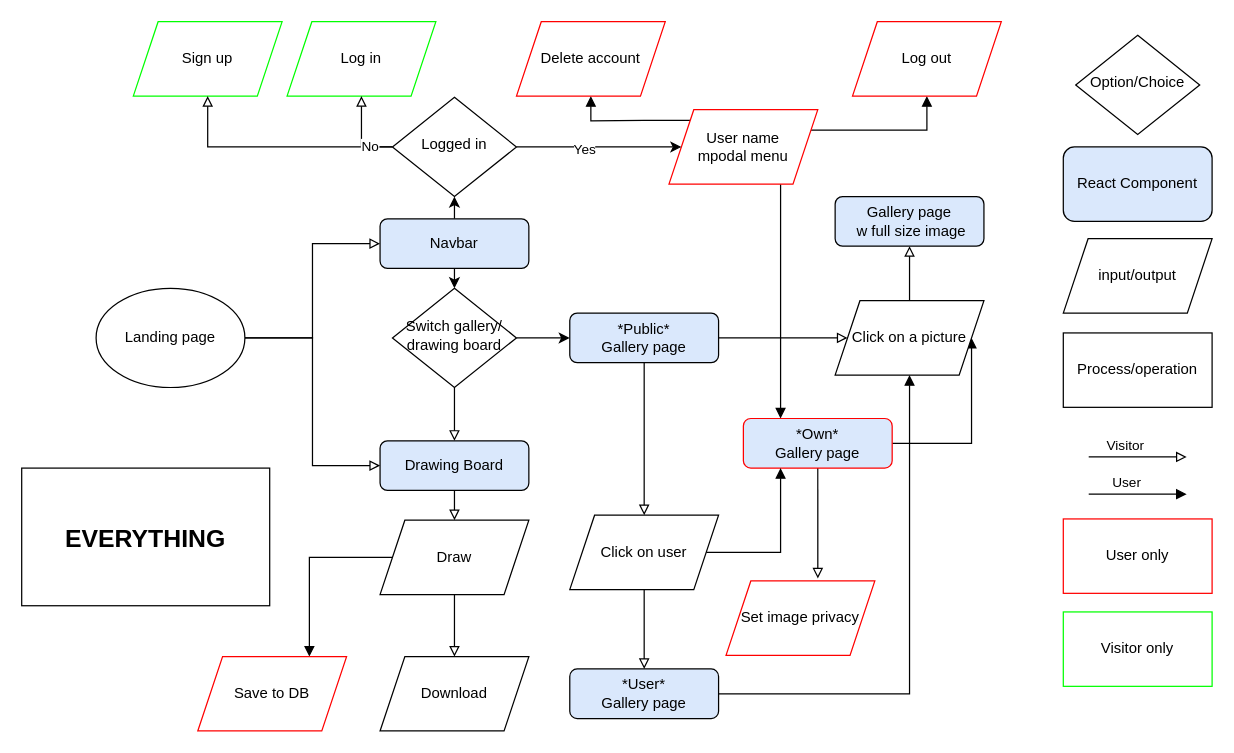
Earlier version of the draw.io diagram page "Everything" (1 of 7) of pixel/user_stories.drawio (damien-rembert/diagrams). Source tidied: cells renumbered, new cells numbered last; positions are measured from the earlier drawing's top-left corner, leaving out a move shared by most shapes. Both pictures are drawn from the tidied source at 124%, with x=0, y=0 at pixel (21, 21).
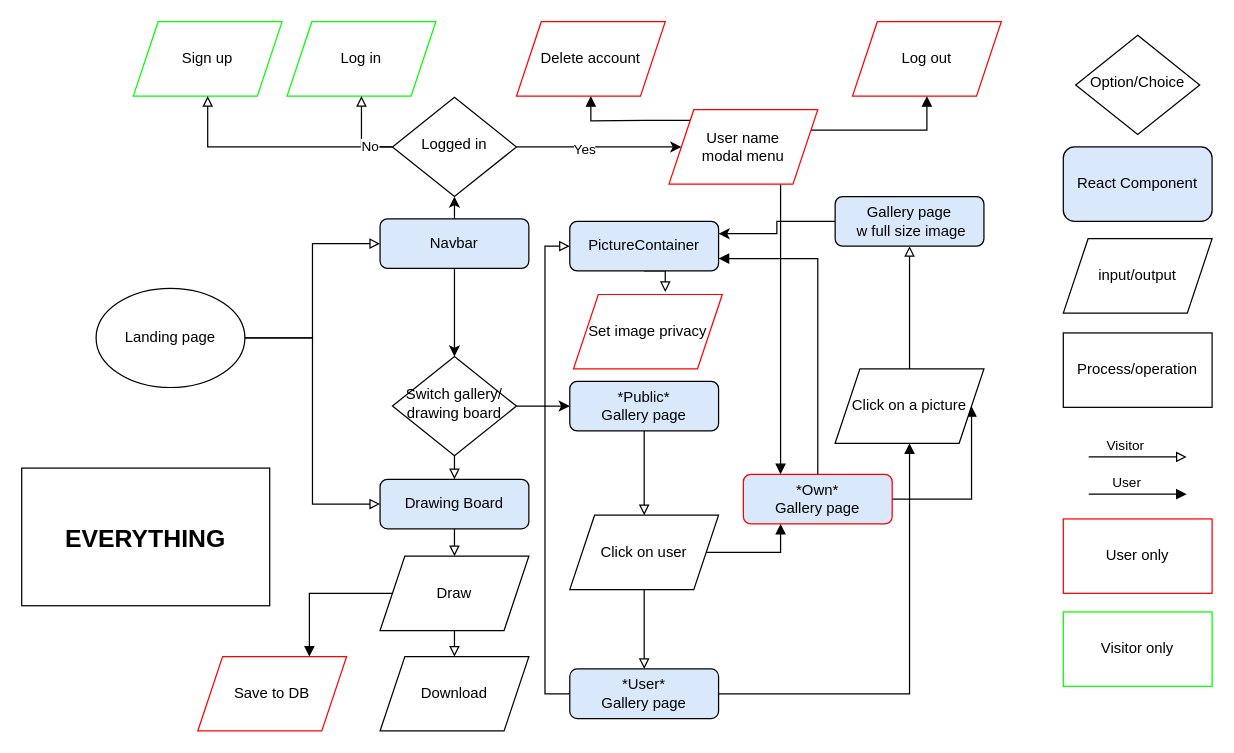
After the change.

Commit message (it also covers changes not shown here):
Corrected mpodal in user_stories.drawio

Unchanged cells that the change refers to:
```xml
<mxCell id="15" value="&lt;div&gt;*User*&lt;/div&gt;&lt;div&gt;Gallery page&lt;/div&gt;" style="rounded=1;whiteSpace=wrap;html=1;fontSize=12;glass=0;strokeWidth=1;shadow=0;fillColor=#dae8fc;strokeColor=#000000;" parent="1" vertex="1">
  <mxGeometry x="442" y="522" width="120" height="40" as="geometry" />
</mxCell>
<mxCell id="26" value="&lt;div&gt;Gallery page&lt;/div&gt;&amp;nbsp;w full size image" style="rounded=1;whiteSpace=wrap;html=1;fontSize=12;glass=0;strokeWidth=1;shadow=0;fillColor=#dae8fc;strokeColor=#000000;" parent="1" vertex="1">
  <mxGeometry x="656" y="141" width="120" height="40" as="geometry" />
</mxCell>
```

Change to the diagram source:
```diff
@@
     <mxCell id="4" value="&lt;div&gt;Drawing Board&lt;/div&gt;" style="rounded=1;whiteSpace=wrap;html=1;fontSize=12;glass=0;strokeWidth=1;shadow=0;fillColor=#dae8fc;strokeColor=#000000;" parent="1" vertex="1">
-      <mxGeometry x="289" y="338" width="120" height="40" as="geometry" />
+      <mxGeometry x="289" y="369" width="120" height="40" as="geometry" />
     </mxCell>
@@
     <mxCell id="7" value="&lt;div&gt;Switch gallery/&lt;/div&gt;&lt;div&gt;drawing board&lt;/div&gt;" style="rhombus;whiteSpace=wrap;html=1;shadow=0;fontFamily=Helvetica;fontSize=12;align=center;strokeWidth=1;spacing=6;spacingTop=-4;" parent="1" vertex="1">
-      <mxGeometry x="299" y="215" width="100" height="80" as="geometry" />
+      <mxGeometry x="299" y="270" width="100" height="80" as="geometry" />
     </mxCell>
@@
-    <mxCell id="9" style="edgeStyle=orthogonalEdgeStyle;rounded=0;jettySize=auto;html=1;exitX=1;exitY=0.5;exitDx=0;exitDy=0;entryX=0;entryY=0.5;entryDx=0;entryDy=0;endArrow=block;endFill=0;" parent="1" edge="1" source="10" target="30">
-      <mxGeometry relative="1" as="geometry" />
-    </mxCell>
     <mxCell id="10" value="*Public*&lt;br&gt;&lt;div&gt;Gallery page&lt;/div&gt;" style="rounded=1;whiteSpace=wrap;html=1;fontSize=12;glass=0;strokeWidth=1;shadow=0;fillColor=#DAE8FC;" parent="1" vertex="1">
-      <mxGeometry x="442" y="235" width="120" height="40" as="geometry" />
+      <mxGeometry x="442" y="290" width="120" height="40" as="geometry" />
     </mxCell>
@@
+    <mxCell id="58" style="edgeStyle=orthogonalEdgeStyle;rounded=0;jettySize=auto;html=1;exitX=0;exitY=0.5;exitDx=0;exitDy=0;entryX=0;entryY=0.5;entryDx=0;entryDy=0;endArrow=block;endFill=0;" parent="1" edge="1" source="15" target="61">
+      <mxGeometry relative="1" as="geometry" />
+    </mxCell>
@@
-    <mxCell id="16" style="edgeStyle=orthogonalEdgeStyle;rounded=0;jettySize=auto;html=1;exitX=0.5;exitY=1;exitDx=0;exitDy=0;entryX=0.617;entryY=-0.033;entryDx=0;entryDy=0;endArrow=block;endFill=0;entryPerimeter=0;" parent="1" edge="1" source="18" target="31">
+    <mxCell id="16" style="edgeStyle=orthogonalEdgeStyle;rounded=0;jettySize=auto;html=1;exitX=0.5;exitY=1;exitDx=0;exitDy=0;entryX=0.617;entryY=-0.033;entryDx=0;entryDy=0;endArrow=block;endFill=0;entryPerimeter=0;" parent="1" edge="1" source="61" target="31">
       <mxGeometry relative="1" as="geometry" />
     </mxCell>
@@
+    <mxCell id="59" style="edgeStyle=orthogonalEdgeStyle;rounded=0;jettySize=auto;html=1;exitX=0.5;exitY=0;exitDx=0;exitDy=0;entryX=1;entryY=0.75;entryDx=0;entryDy=0;endArrow=block;endFill=1;" parent="1" edge="1" source="18" target="61">
+      <mxGeometry relative="1" as="geometry" />
+    </mxCell>
     <mxCell id="18" value="&lt;div&gt;*Own* &lt;br&gt;&lt;/div&gt;&lt;div&gt;Gallery page&lt;/div&gt;" style="rounded=1;whiteSpace=wrap;html=1;fontSize=12;glass=0;strokeWidth=1;shadow=0;fillColor=#dae8fc;strokeColor=#FF0000;" parent="1" vertex="1">
-      <mxGeometry x="582" y="320" width="120" height="40" as="geometry" />
+      <mxGeometry x="582" y="365" width="120" height="40" as="geometry" />
     </mxCell>
@@
+    <mxCell id="60" style="edgeStyle=orthogonalEdgeStyle;rounded=0;jettySize=auto;html=1;exitX=0;exitY=0.5;exitDx=0;exitDy=0;entryX=1;entryY=0.25;entryDx=0;entryDy=0;" parent="1" edge="1" source="26" target="61">
+      <mxGeometry relative="1" as="geometry" />
+    </mxCell>
@@
     <mxCell id="30" value="&lt;div&gt;Click on a picture&lt;/div&gt;" style="shape=parallelogram;perimeter=parallelogramPerimeter;whiteSpace=wrap;html=1;fixedSize=1;" parent="1" vertex="1">
-      <mxGeometry x="656" y="225" width="120" height="60" as="geometry" />
+      <mxGeometry x="656" y="280" width="120" height="60" as="geometry" />
     </mxCell>
-    <mxCell id="31" value="Set image privacy" style="shape=parallelogram;perimeter=parallelogramPerimeter;whiteSpace=wrap;html=1;fixedSize=1;strokeColor=#FF0000;" parent="1" vertex="1">
-      <mxGeometry x="568" y="451" width="120" height="60" as="geometry" />
-    </mxCell>
@@
-    <mxCell id="34" value="&lt;div&gt;User name&lt;/div&gt;&lt;div&gt;mpodal menu&lt;br&gt;&lt;/div&gt;" style="shape=parallelogram;perimeter=parallelogramPerimeter;whiteSpace=wrap;html=1;fixedSize=1;strokeColor=#FF0000;" parent="1" vertex="1">
+    <mxCell id="34" value="&lt;div&gt;User name&lt;/div&gt;&lt;div&gt;modal menu&lt;br&gt;&lt;/div&gt;" style="shape=parallelogram;perimeter=parallelogramPerimeter;whiteSpace=wrap;html=1;fixedSize=1;strokeColor=#FF0000;" parent="1" vertex="1">
       <mxGeometry x="522" y="71" width="120" height="60" as="geometry" />
     </mxCell>
@@
     <mxCell id="38" value="Draw" style="shape=parallelogram;perimeter=parallelogramPerimeter;whiteSpace=wrap;html=1;fixedSize=1;" parent="1" vertex="1">
-      <mxGeometry x="289" y="402" width="120" height="60" as="geometry" />
+      <mxGeometry x="289" y="431" width="120" height="60" as="geometry" />
     </mxCell>
@@
+    <mxCell id="61" value="PictureContainer" style="rounded=1;whiteSpace=wrap;html=1;fontSize=12;glass=0;strokeWidth=1;shadow=0;fillColor=#dae8fc;strokeColor=#000000;" parent="1" vertex="1">
+      <mxGeometry x="442" y="161" width="120" height="40" as="geometry" />
+    </mxCell>
+    <mxCell id="31" value="Set image privacy" style="shape=parallelogram;perimeter=parallelogramPerimeter;whiteSpace=wrap;html=1;fixedSize=1;strokeColor=#FF0000;" parent="1" vertex="1">
+      <mxGeometry x="445" y="220" width="120" height="60" as="geometry" />
+    </mxCell>
```
